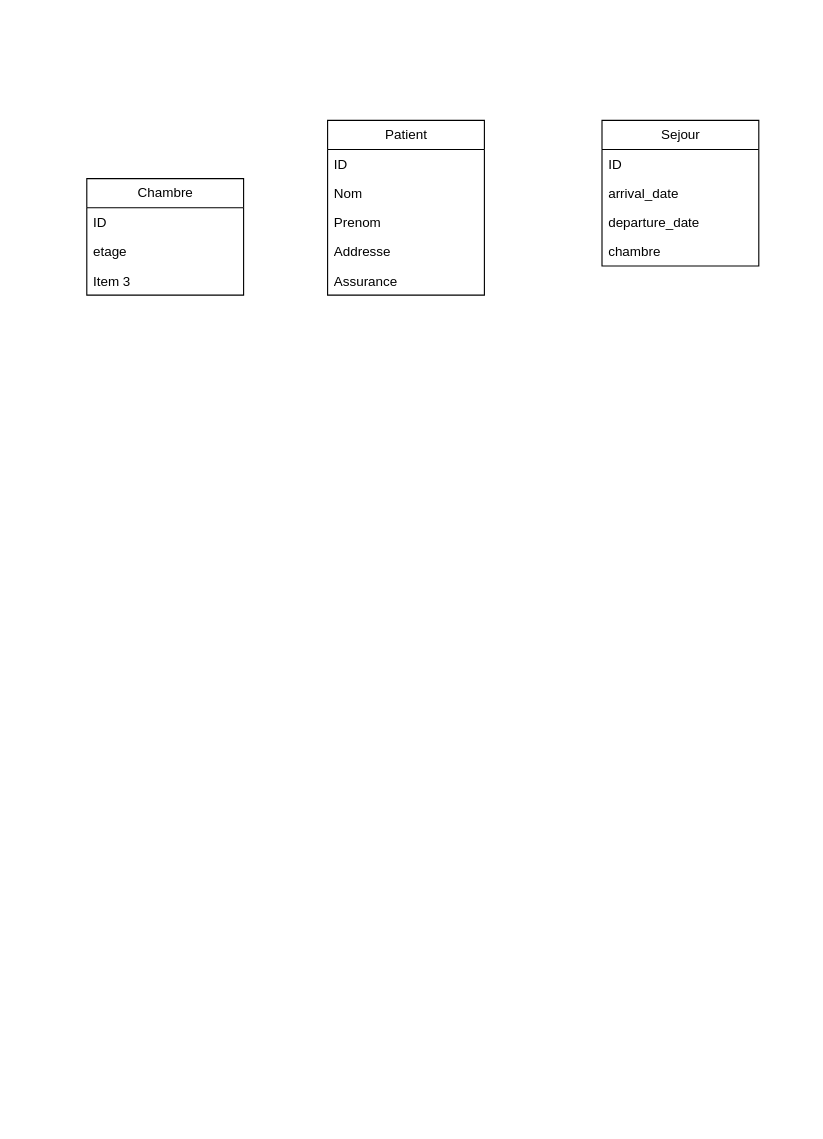
Above: exo1.drawio in alx-unix/eval-bdd (draw.io), before the change. Source tidied: cells renumbered, new cells numbered last; positions are measured from the earlier drawing's top-left corner, leaving out a move shared by most shapes. Both pictures are drawn from the tidied source at 112%, with x=0, y=0 at pixel (86, 120).
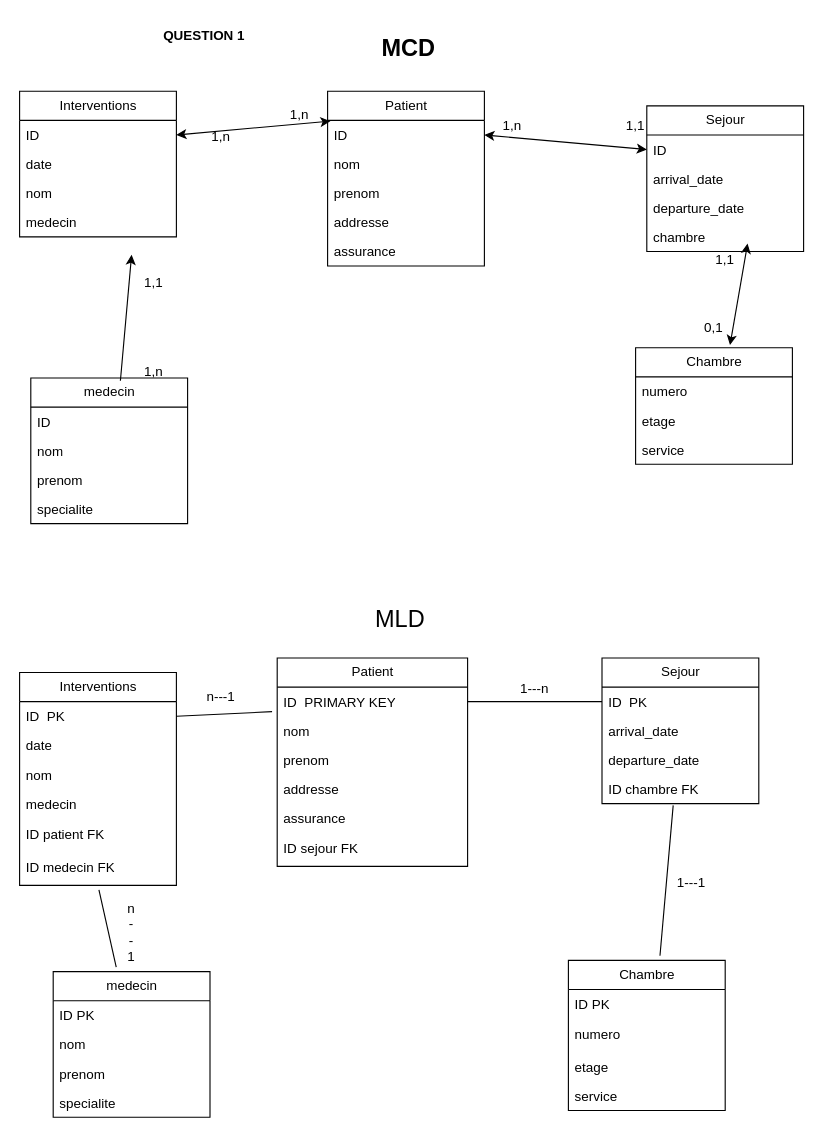
The same page after the edit.

Unchanged cells that the change refers to:
```xml
<mxCell id="3" value="ID&amp;nbsp;" style="text;strokeColor=none;fillColor=none;align=left;verticalAlign=top;spacingLeft=4;spacingRight=4;overflow=hidden;points=[[0,0.5],[1,0.5]];portConstraint=eastwest;whiteSpace=wrap;html=1;" parent="2" vertex="1">
  <mxGeometry y="26" width="140" height="26" as="geometry" />
</mxCell>
<mxCell id="9" value="ID&amp;nbsp;" style="text;strokeColor=none;fillColor=none;align=left;verticalAlign=top;spacingLeft=4;spacingRight=4;overflow=hidden;points=[[0,0.5],[1,0.5]];portConstraint=eastwest;whiteSpace=wrap;html=1;" parent="8" vertex="1">
  <mxGeometry y="26" width="140" height="26" as="geometry" />
</mxCell>
```

Diff of the diagram source:
```diff
@@
     <mxCell id="2" value="Patient" style="swimlane;fontStyle=0;horizontal=1;startSize=26;fillColor=none;html=1;" parent="1" vertex="1">
-      <mxGeometry x="215" width="140" height="156" as="geometry" />
+      <mxGeometry x="215" y="-26" width="140" height="156" as="geometry" />
     </mxCell>
@@
-    <mxCell id="4" value="Nom" style="text;strokeColor=none;fillColor=none;align=left;verticalAlign=top;spacingLeft=4;spacingRight=4;overflow=hidden;whiteSpace=wrap;html=1;" parent="2" vertex="1">
+    <mxCell id="4" value="nom" style="text;strokeColor=none;fillColor=none;align=left;verticalAlign=top;spacingLeft=4;spacingRight=4;overflow=hidden;whiteSpace=wrap;html=1;" parent="2" vertex="1">
       <mxGeometry y="52" width="140" height="26" as="geometry" />
     </mxCell>
-    <mxCell id="5" value="Prenom" style="text;strokeColor=none;fillColor=none;align=left;verticalAlign=top;spacingLeft=4;spacingRight=4;overflow=hidden;whiteSpace=wrap;html=1;" parent="2" vertex="1">
+    <mxCell id="5" value="prenom" style="text;strokeColor=none;fillColor=none;align=left;verticalAlign=top;spacingLeft=4;spacingRight=4;overflow=hidden;whiteSpace=wrap;html=1;" parent="2" vertex="1">
       <mxGeometry y="78" width="140" height="26" as="geometry" />
     </mxCell>
-    <mxCell id="6" value="Addresse" style="text;strokeColor=none;fillColor=none;align=left;verticalAlign=top;spacingLeft=4;spacingRight=4;overflow=hidden;whiteSpace=wrap;html=1;" parent="2" vertex="1">
+    <mxCell id="6" value="addresse" style="text;strokeColor=none;fillColor=none;align=left;verticalAlign=top;spacingLeft=4;spacingRight=4;overflow=hidden;whiteSpace=wrap;html=1;" parent="2" vertex="1">
       <mxGeometry y="104" width="140" height="26" as="geometry" />
     </mxCell>
-    <mxCell id="7" value="Assurance" style="text;strokeColor=none;fillColor=none;align=left;verticalAlign=top;spacingLeft=4;spacingRight=4;overflow=hidden;whiteSpace=wrap;html=1;" parent="2" vertex="1">
+    <mxCell id="7" value="assurance" style="text;strokeColor=none;fillColor=none;align=left;verticalAlign=top;spacingLeft=4;spacingRight=4;overflow=hidden;whiteSpace=wrap;html=1;" parent="2" vertex="1">
       <mxGeometry y="130" width="140" height="26" as="geometry" />
     </mxCell>
     <mxCell id="8" value="Sejour" style="swimlane;fontStyle=0;horizontal=1;startSize=26;fillColor=none;html=1;" parent="1" vertex="1">
-      <mxGeometry x="460" width="140" height="130" as="geometry" />
+      <mxGeometry x="500" y="-13" width="140" height="130" as="geometry" />
     </mxCell>
@@
     <mxCell id="13" value="Chambre" style="swimlane;fontStyle=0;horizontal=1;startSize=26;fillColor=none;html=1;" parent="1" vertex="1">
-      <mxGeometry y="52" width="140" height="104" as="geometry" />
+      <mxGeometry x="490" y="203" width="140" height="104" as="geometry" />
     </mxCell>
-    <mxCell id="14" value="ID" style="text;strokeColor=none;fillColor=none;align=left;verticalAlign=top;spacingLeft=4;spacingRight=4;overflow=hidden;whiteSpace=wrap;html=1;" parent="13" vertex="1">
+    <mxCell id="14" value="numero" style="text;strokeColor=none;fillColor=none;align=left;verticalAlign=top;spacingLeft=4;spacingRight=4;overflow=hidden;whiteSpace=wrap;html=1;" parent="13" vertex="1">
       <mxGeometry y="26" width="140" height="26" as="geometry" />
     </mxCell>
@@
-    <mxCell id="16" value="Item 3" style="text;strokeColor=none;fillColor=none;align=left;verticalAlign=top;spacingLeft=4;spacingRight=4;overflow=hidden;whiteSpace=wrap;html=1;" parent="13" vertex="1">
+    <mxCell id="16" value="service" style="text;strokeColor=none;fillColor=none;align=left;verticalAlign=top;spacingLeft=4;spacingRight=4;overflow=hidden;whiteSpace=wrap;html=1;" parent="13" vertex="1">
       <mxGeometry y="78" width="140" height="26" as="geometry" />
     </mxCell>
+    <mxCell id="17" value="Interventions" style="swimlane;fontStyle=0;horizontal=1;startSize=26;fillColor=none;html=1;" parent="1" vertex="1">
+      <mxGeometry x="-60" y="-26" width="140" height="130" as="geometry" />
+    </mxCell>
+    <mxCell id="18" value="ID" style="text;strokeColor=none;fillColor=none;align=left;verticalAlign=top;spacingLeft=4;spacingRight=4;overflow=hidden;points=[[0,0.5],[1,0.5]];portConstraint=eastwest;whiteSpace=wrap;html=1;" parent="17" vertex="1">
+      <mxGeometry y="26" width="140" height="26" as="geometry" />
+    </mxCell>
+    <mxCell id="19" value="date" style="text;strokeColor=none;fillColor=none;align=left;verticalAlign=top;spacingLeft=4;spacingRight=4;overflow=hidden;whiteSpace=wrap;html=1;" parent="17" vertex="1">
+      <mxGeometry y="52" width="140" height="26" as="geometry" />
+    </mxCell>
+    <mxCell id="20" value="nom" style="text;strokeColor=none;fillColor=none;align=left;verticalAlign=top;spacingLeft=4;spacingRight=4;overflow=hidden;whiteSpace=wrap;html=1;" parent="17" vertex="1">
+      <mxGeometry y="78" width="140" height="26" as="geometry" />
+    </mxCell>
+    <mxCell id="21" value="medecin" style="text;strokeColor=none;fillColor=none;align=left;verticalAlign=top;spacingLeft=4;spacingRight=4;overflow=hidden;whiteSpace=wrap;html=1;" parent="17" vertex="1">
+      <mxGeometry y="104" width="140" height="26" as="geometry" />
+    </mxCell>
+    <mxCell id="22" value="medecin" style="swimlane;fontStyle=0;horizontal=1;startSize=26;fillColor=none;html=1;" parent="1" vertex="1">
+      <mxGeometry x="-50" y="230" width="140" height="130" as="geometry" />
+    </mxCell>
+    <mxCell id="23" value="ID" style="text;strokeColor=none;fillColor=none;align=left;verticalAlign=top;spacingLeft=4;spacingRight=4;overflow=hidden;whiteSpace=wrap;html=1;" parent="22" vertex="1">
+      <mxGeometry y="26" width="140" height="26" as="geometry" />
+    </mxCell>
+    <mxCell id="24" value="nom" style="text;strokeColor=none;fillColor=none;align=left;verticalAlign=top;spacingLeft=4;spacingRight=4;overflow=hidden;whiteSpace=wrap;html=1;" parent="22" vertex="1">
+      <mxGeometry y="52" width="140" height="26" as="geometry" />
+    </mxCell>
+    <mxCell id="25" value="prenom" style="text;strokeColor=none;fillColor=none;align=left;verticalAlign=top;spacingLeft=4;spacingRight=4;overflow=hidden;whiteSpace=wrap;html=1;" parent="22" vertex="1">
+      <mxGeometry y="78" width="140" height="26" as="geometry" />
+    </mxCell>
+    <mxCell id="26" value="specialite" style="text;strokeColor=none;fillColor=none;align=left;verticalAlign=top;spacingLeft=4;spacingRight=4;overflow=hidden;whiteSpace=wrap;html=1;" parent="22" vertex="1">
+      <mxGeometry y="104" width="140" height="26" as="geometry" />
+    </mxCell>
+    <mxCell id="27" style="endArrow=classic;startArrow=classic;html=1;exitX=1;exitY=0.25;exitDx=0;exitDy=0;entryX=0;entryY=0.5;entryDx=0;entryDy=0;" parent="1" edge="1" source="2" target="9">
+      <mxGeometry relative="1" as="geometry" />
+    </mxCell>
+    <mxCell id="28" value="1,n" style="text;html=1;strokeColor=none;fillColor=none;align=center;verticalAlign=middle;whiteSpace=wrap;rounded=0;" parent="1" vertex="1">
+      <mxGeometry x="350" y="-10" width="60" height="30" as="geometry" />
+    </mxCell>
+    <mxCell id="29" value="1,1" style="text;html=1;strokeColor=none;fillColor=none;align=center;verticalAlign=middle;whiteSpace=wrap;rounded=0;" parent="1" vertex="1">
+      <mxGeometry x="460" y="-10" width="60" height="30" as="geometry" />
+    </mxCell>
+    <mxCell id="30" style="endArrow=classic;startArrow=classic;html=1;exitX=1;exitY=0.5;exitDx=0;exitDy=0;entryX=0.018;entryY=0.025;entryDx=0;entryDy=0;entryPerimeter=0;" parent="1" edge="1" source="18" target="3">
+      <mxGeometry relative="1" as="geometry" />
+    </mxCell>
+    <mxCell id="31" value="1,n" style="text;html=1;strokeColor=none;fillColor=none;align=center;verticalAlign=middle;whiteSpace=wrap;rounded=0;" parent="1" vertex="1">
+      <mxGeometry x="90" width="60" height="30" as="geometry" />
+    </mxCell>
+    <mxCell id="32" value="1,n" style="text;html=1;strokeColor=none;fillColor=none;align=center;verticalAlign=middle;whiteSpace=wrap;rounded=0;" parent="1" vertex="1">
+      <mxGeometry x="160" y="-20" width="60" height="30" as="geometry" />
+    </mxCell>
+    <mxCell id="33" value="1,1" style="text;html=1;strokeColor=none;fillColor=none;align=center;verticalAlign=middle;whiteSpace=wrap;rounded=0;" parent="1" vertex="1">
+      <mxGeometry x="30" y="130" width="60" height="30" as="geometry" />
+    </mxCell>
+    <mxCell id="34" style="endArrow=none;startArrow=classic;html=1;entryX=0;entryY=0.75;entryDx=0;entryDy=0;" parent="1" edge="1" target="35">
+      <mxGeometry relative="1" as="geometry">
+        <mxPoint x="40" y="120" as="sourcePoint" />
+      </mxGeometry>
+    </mxCell>
+    <mxCell id="35" value="1,n" style="text;html=1;strokeColor=none;fillColor=none;align=center;verticalAlign=middle;whiteSpace=wrap;rounded=0;" parent="1" vertex="1">
+      <mxGeometry x="30" y="210" width="60" height="30" as="geometry" />
+    </mxCell>
+    <mxCell id="36" style="endArrow=classic;startArrow=classic;html=1;exitX=0.602;exitY=-0.023;exitDx=0;exitDy=0;exitPerimeter=0;" parent="1" edge="1" source="13">
+      <mxGeometry relative="1" as="geometry">
+        <mxPoint x="590" y="110" as="targetPoint" />
+      </mxGeometry>
+    </mxCell>
+    <mxCell id="37" value="1,1" style="text;html=1;strokeColor=none;fillColor=none;align=center;verticalAlign=middle;whiteSpace=wrap;rounded=0;" parent="1" vertex="1">
+      <mxGeometry x="540" y="110" width="60" height="30" as="geometry" />
+    </mxCell>
+    <mxCell id="38" value="0,1" style="text;html=1;strokeColor=none;fillColor=none;align=center;verticalAlign=middle;whiteSpace=wrap;rounded=0;" parent="1" vertex="1">
+      <mxGeometry x="530" y="170" width="60" height="30" as="geometry" />
+    </mxCell>
+    <mxCell id="39" value="QUESTION 1" style="text;html=1;strokeColor=none;fillColor=none;align=center;verticalAlign=middle;whiteSpace=wrap;rounded=0;fontStyle=1;" parent="1" vertex="1">
+      <mxGeometry x="50" y="-90" width="110" height="30" as="geometry" />
+    </mxCell>
+    <mxCell id="40" value="MCD" style="text;html=1;strokeColor=none;fillColor=none;align=center;verticalAlign=middle;whiteSpace=wrap;rounded=0;fontSize=21;fontStyle=1;" parent="1" vertex="1">
+      <mxGeometry x="225" y="-90" width="125" height="50" as="geometry" />
+    </mxCell>
+    <mxCell id="41" value="MLD" style="text;html=1;strokeColor=none;fillColor=none;align=center;verticalAlign=middle;whiteSpace=wrap;rounded=0;fontSize=21;" parent="1" vertex="1">
+      <mxGeometry x="250" y="430" width="60" height="30" as="geometry" />
+    </mxCell>
+    <mxCell id="42" value="Patient" style="swimlane;fontStyle=0;horizontal=1;startSize=26;fillColor=none;html=1;" parent="1" vertex="1">
+      <mxGeometry x="170" y="480" width="170" height="186" as="geometry" />
+    </mxCell>
+    <mxCell id="43" value="ID&amp;nbsp; PRIMARY KEY" style="text;strokeColor=none;fillColor=none;align=left;verticalAlign=top;spacingLeft=4;spacingRight=4;overflow=hidden;points=[[0,0.5],[1,0.5]];portConstraint=eastwest;whiteSpace=wrap;html=1;" parent="42" vertex="1">
+      <mxGeometry y="26" width="170" height="26" as="geometry" />
+    </mxCell>
+    <mxCell id="44" value="nom&amp;nbsp;" style="text;strokeColor=none;fillColor=none;align=left;verticalAlign=top;spacingLeft=4;spacingRight=4;overflow=hidden;points=[[0,0.5],[1,0.5]];portConstraint=eastwest;whiteSpace=wrap;html=1;" parent="42" vertex="1">
+      <mxGeometry y="52" width="170" height="26" as="geometry" />
+    </mxCell>
+    <mxCell id="45" value="prenom&amp;nbsp;" style="text;strokeColor=none;fillColor=none;align=left;verticalAlign=top;spacingLeft=4;spacingRight=4;overflow=hidden;whiteSpace=wrap;html=1;" parent="42" vertex="1">
+      <mxGeometry y="78" width="170" height="26" as="geometry" />
+    </mxCell>
+    <mxCell id="46" value="addresse&amp;nbsp;" style="text;strokeColor=none;fillColor=none;align=left;verticalAlign=top;spacingLeft=4;spacingRight=4;overflow=hidden;whiteSpace=wrap;html=1;" parent="42" vertex="1">
+      <mxGeometry y="104" width="170" height="26" as="geometry" />
+    </mxCell>
+    <mxCell id="47" value="assurance&amp;nbsp;" style="text;strokeColor=none;fillColor=none;align=left;verticalAlign=top;spacingLeft=4;spacingRight=4;overflow=hidden;whiteSpace=wrap;html=1;" parent="42" vertex="1">
+      <mxGeometry y="130" width="170" height="26" as="geometry" />
+    </mxCell>
+    <mxCell id="48" value="ID sejour FK" style="text;strokeColor=none;fillColor=none;align=left;verticalAlign=middle;spacingLeft=4;spacingRight=4;overflow=hidden;whiteSpace=wrap;html=1;fontSize=12;" parent="42" vertex="1">
+      <mxGeometry y="156" width="170" height="30" as="geometry" />
+    </mxCell>
+    <mxCell id="49" value="Sejour" style="swimlane;fontStyle=0;horizontal=1;startSize=26;fillColor=none;html=1;fontSize=12;" parent="1" vertex="1">
+      <mxGeometry x="460" y="480" width="140" height="130" as="geometry" />
+    </mxCell>
+    <mxCell id="50" value="ID&amp;nbsp; PK" style="text;strokeColor=none;fillColor=none;align=left;verticalAlign=top;spacingLeft=4;spacingRight=4;overflow=hidden;points=[[0,0.5],[1,0.5]];portConstraint=eastwest;whiteSpace=wrap;html=1;" parent="49" vertex="1">
+      <mxGeometry y="26" width="140" height="26" as="geometry" />
+    </mxCell>
+    <mxCell id="51" value="arrival_date" style="text;strokeColor=none;fillColor=none;align=left;verticalAlign=top;spacingLeft=4;spacingRight=4;overflow=hidden;whiteSpace=wrap;html=1;" parent="49" vertex="1">
+      <mxGeometry y="52" width="140" height="26" as="geometry" />
+    </mxCell>
+    <mxCell id="52" value="departure_date" style="text;strokeColor=none;fillColor=none;align=left;verticalAlign=top;spacingLeft=4;spacingRight=4;overflow=hidden;whiteSpace=wrap;html=1;" parent="49" vertex="1">
+      <mxGeometry y="78" width="140" height="26" as="geometry" />
+    </mxCell>
+    <mxCell id="53" value="ID chambre FK" style="text;strokeColor=none;fillColor=none;align=left;verticalAlign=top;spacingLeft=4;spacingRight=4;overflow=hidden;points=[[0,0.5],[1,0.5]];portConstraint=eastwest;whiteSpace=wrap;html=1;" parent="49" vertex="1">
+      <mxGeometry y="104" width="140" height="26" as="geometry" />
+    </mxCell>
+    <mxCell id="54" value="Interventions" style="swimlane;fontStyle=0;horizontal=1;startSize=26;fillColor=none;html=1;" parent="1" vertex="1">
+      <mxGeometry x="-60" y="493" width="140" height="190" as="geometry" />
+    </mxCell>
+    <mxCell id="55" value="ID&amp;nbsp; PK" style="text;strokeColor=none;fillColor=none;align=left;verticalAlign=top;spacingLeft=4;spacingRight=4;overflow=hidden;points=[[0,0.5],[1,0.5]];portConstraint=eastwest;whiteSpace=wrap;html=1;" parent="54" vertex="1">
+      <mxGeometry y="26" width="140" height="26" as="geometry" />
+    </mxCell>
+    <mxCell id="56" value="date" style="text;strokeColor=none;fillColor=none;align=left;verticalAlign=top;spacingLeft=4;spacingRight=4;overflow=hidden;whiteSpace=wrap;html=1;" parent="54" vertex="1">
+      <mxGeometry y="52" width="140" height="26" as="geometry" />
+    </mxCell>
+    <mxCell id="57" value="nom" style="text;strokeColor=none;fillColor=none;align=left;verticalAlign=top;spacingLeft=4;spacingRight=4;overflow=hidden;whiteSpace=wrap;html=1;" parent="54" vertex="1">
+      <mxGeometry y="78" width="140" height="26" as="geometry" />
+    </mxCell>
+    <mxCell id="58" value="medecin" style="text;strokeColor=none;fillColor=none;align=left;verticalAlign=top;spacingLeft=4;spacingRight=4;overflow=hidden;whiteSpace=wrap;html=1;" parent="54" vertex="1">
+      <mxGeometry y="104" width="140" height="26" as="geometry" />
+    </mxCell>
+    <mxCell id="59" value="ID patient FK" style="text;strokeColor=none;fillColor=none;align=left;verticalAlign=middle;spacingLeft=4;spacingRight=4;overflow=hidden;whiteSpace=wrap;html=1;fontSize=12;" parent="54" vertex="1">
+      <mxGeometry y="130" width="140" height="30" as="geometry" />
+    </mxCell>
+    <mxCell id="60" value="ID medecin FK" style="text;strokeColor=none;fillColor=none;align=left;verticalAlign=middle;spacingLeft=4;spacingRight=4;overflow=hidden;points=[[0,0.5],[1,0.5]];portConstraint=eastwest;whiteSpace=wrap;html=1;fontSize=12;" parent="54" vertex="1">
+      <mxGeometry y="160" width="140" height="30" as="geometry" />
+    </mxCell>
+    <mxCell id="61" value="medecin" style="swimlane;fontStyle=0;horizontal=1;startSize=26;fillColor=none;html=1;" parent="1" vertex="1">
+      <mxGeometry x="-30" y="760" width="140" height="130" as="geometry" />
+    </mxCell>
+    <mxCell id="62" value="ID PK" style="text;strokeColor=none;fillColor=none;align=left;verticalAlign=top;spacingLeft=4;spacingRight=4;overflow=hidden;whiteSpace=wrap;html=1;" parent="61" vertex="1">
+      <mxGeometry y="26" width="140" height="26" as="geometry" />
+    </mxCell>
+    <mxCell id="63" value="nom" style="text;strokeColor=none;fillColor=none;align=left;verticalAlign=top;spacingLeft=4;spacingRight=4;overflow=hidden;whiteSpace=wrap;html=1;" parent="61" vertex="1">
+      <mxGeometry y="52" width="140" height="26" as="geometry" />
+    </mxCell>
+    <mxCell id="64" value="prenom" style="text;strokeColor=none;fillColor=none;align=left;verticalAlign=top;spacingLeft=4;spacingRight=4;overflow=hidden;whiteSpace=wrap;html=1;" parent="61" vertex="1">
+      <mxGeometry y="78" width="140" height="26" as="geometry" />
+    </mxCell>
+    <mxCell id="65" value="specialite" style="text;strokeColor=none;fillColor=none;align=left;verticalAlign=top;spacingLeft=4;spacingRight=4;overflow=hidden;whiteSpace=wrap;html=1;" parent="61" vertex="1">
+      <mxGeometry y="104" width="140" height="26" as="geometry" />
+    </mxCell>
+    <mxCell id="66" value="Chambre" style="swimlane;fontStyle=0;horizontal=1;startSize=26;fillColor=none;html=1;" parent="1" vertex="1">
+      <mxGeometry x="430" y="750" width="140" height="134" as="geometry" />
+    </mxCell>
+    <mxCell id="67" value="ID PK" style="text;strokeColor=none;fillColor=none;align=left;verticalAlign=top;spacingLeft=4;spacingRight=4;overflow=hidden;whiteSpace=wrap;html=1;" parent="66" vertex="1">
+      <mxGeometry y="26" width="140" height="26" as="geometry" />
+    </mxCell>
+    <mxCell id="68" value="numero" style="text;strokeColor=none;fillColor=none;align=left;verticalAlign=middle;spacingLeft=4;spacingRight=4;overflow=hidden;whiteSpace=wrap;html=1;fontSize=12;" parent="66" vertex="1">
+      <mxGeometry y="52" width="140" height="30" as="geometry" />
+    </mxCell>
+    <mxCell id="69" value="etage" style="text;strokeColor=none;fillColor=none;align=left;verticalAlign=top;spacingLeft=4;spacingRight=4;overflow=hidden;whiteSpace=wrap;html=1;" parent="66" vertex="1">
+      <mxGeometry y="82" width="140" height="26" as="geometry" />
+    </mxCell>
+    <mxCell id="70" value="service" style="text;strokeColor=none;fillColor=none;align=left;verticalAlign=top;spacingLeft=4;spacingRight=4;overflow=hidden;whiteSpace=wrap;html=1;" parent="66" vertex="1">
+      <mxGeometry y="108" width="140" height="26" as="geometry" />
+    </mxCell>
+    <mxCell id="71" style="endArrow=none;html=1;fontSize=12;entryX=0;entryY=0.5;entryDx=0;entryDy=0;exitX=1;exitY=0.5;exitDx=0;exitDy=0;" parent="1" edge="1" source="43" target="50">
+      <mxGeometry relative="1" as="geometry" />
+    </mxCell>
+    <mxCell id="72" value="1---n" style="text;html=1;strokeColor=none;fillColor=none;align=center;verticalAlign=middle;whiteSpace=wrap;rounded=0;fontSize=12;" parent="1" vertex="1">
+      <mxGeometry x="370" y="493" width="60" height="30" as="geometry" />
+    </mxCell>
+    <mxCell id="73" style="endArrow=none;html=1;fontSize=12;exitX=0.584;exitY=-0.031;exitDx=0;exitDy=0;exitPerimeter=0;entryX=0.454;entryY=1.06;entryDx=0;entryDy=0;entryPerimeter=0;" parent="1" edge="1" source="66" target="53">
+      <mxGeometry relative="1" as="geometry" />
+    </mxCell>
+    <mxCell id="74" value="1---1" style="text;html=1;strokeColor=none;fillColor=none;align=center;verticalAlign=middle;whiteSpace=wrap;rounded=0;fontSize=12;" parent="1" vertex="1">
+      <mxGeometry x="510" y="666" width="60" height="30" as="geometry" />
+    </mxCell>
+    <mxCell id="75" style="endArrow=none;html=1;fontSize=12;entryX=1;entryY=0.5;entryDx=0;entryDy=0;exitX=-0.027;exitY=-0.157;exitDx=0;exitDy=0;exitPerimeter=0;" parent="1" edge="1" source="44" target="55">
+      <mxGeometry relative="1" as="geometry" />
+    </mxCell>
+    <mxCell id="76" value="n---1" style="text;html=1;strokeColor=none;fillColor=none;align=center;verticalAlign=middle;whiteSpace=wrap;rounded=0;fontSize=12;" parent="1" vertex="1">
+      <mxGeometry x="90" y="500" width="60" height="30" as="geometry" />
+    </mxCell>
+    <mxCell id="77" style="endArrow=none;html=1;fontSize=12;exitX=0.402;exitY=-0.03;exitDx=0;exitDy=0;exitPerimeter=0;entryX=0.506;entryY=1.134;entryDx=0;entryDy=0;entryPerimeter=0;" parent="1" edge="1" source="61" target="60">
+      <mxGeometry relative="1" as="geometry" />
+    </mxCell>
+    <mxCell id="78" value="n&lt;br&gt;-&lt;br&gt;-&lt;br&gt;1" style="text;html=1;strokeColor=none;fillColor=none;align=center;verticalAlign=middle;whiteSpace=wrap;rounded=0;fontSize=12;" parent="1" vertex="1">
+      <mxGeometry x="10" y="710" width="60" height="30" as="geometry" />
+    </mxCell>
```
